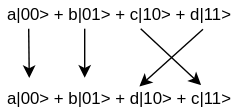
Above: images/lec-cnot1.drawio.svg in herumi/lecture-crypto (draw.io), before the change. Source tidied: cells renumbered, new cells last; positions are measured from the earlier drawing's top-left corner, leaving out a move shared by most shapes.
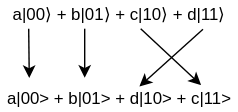
Later version of the same file.

Diff of the diagram source:
```diff
@@ -2,7 +2,7 @@
   <root>
     <mxCell id="0" />
     <mxCell id="1" parent="0" />
-    <mxCell id="2" value="a|00&amp;gt; + b|01&amp;gt; + c|10&amp;gt; + d|11&amp;gt;" style="text;html=1;align=center;verticalAlign=middle;whiteSpace=wrap;rounded=0;" parent="1" vertex="1">
+    <mxCell id="2" value="a|00⟩ + b|01⟩ + c|10⟩ + d|11⟩" style="text;html=1;align=center;verticalAlign=middle;whiteSpace=wrap;rounded=0;" parent="1" vertex="1">
       <mxGeometry width="170" height="20" as="geometry" />
     </mxCell>
     <mxCell id="3" value="a|00&amp;gt; + b|01&amp;gt; + d|10&amp;gt; + c|11&amp;gt;" style="text;html=1;align=center;verticalAlign=middle;whiteSpace=wrap;rounded=0;" parent="1" vertex="1">
```
